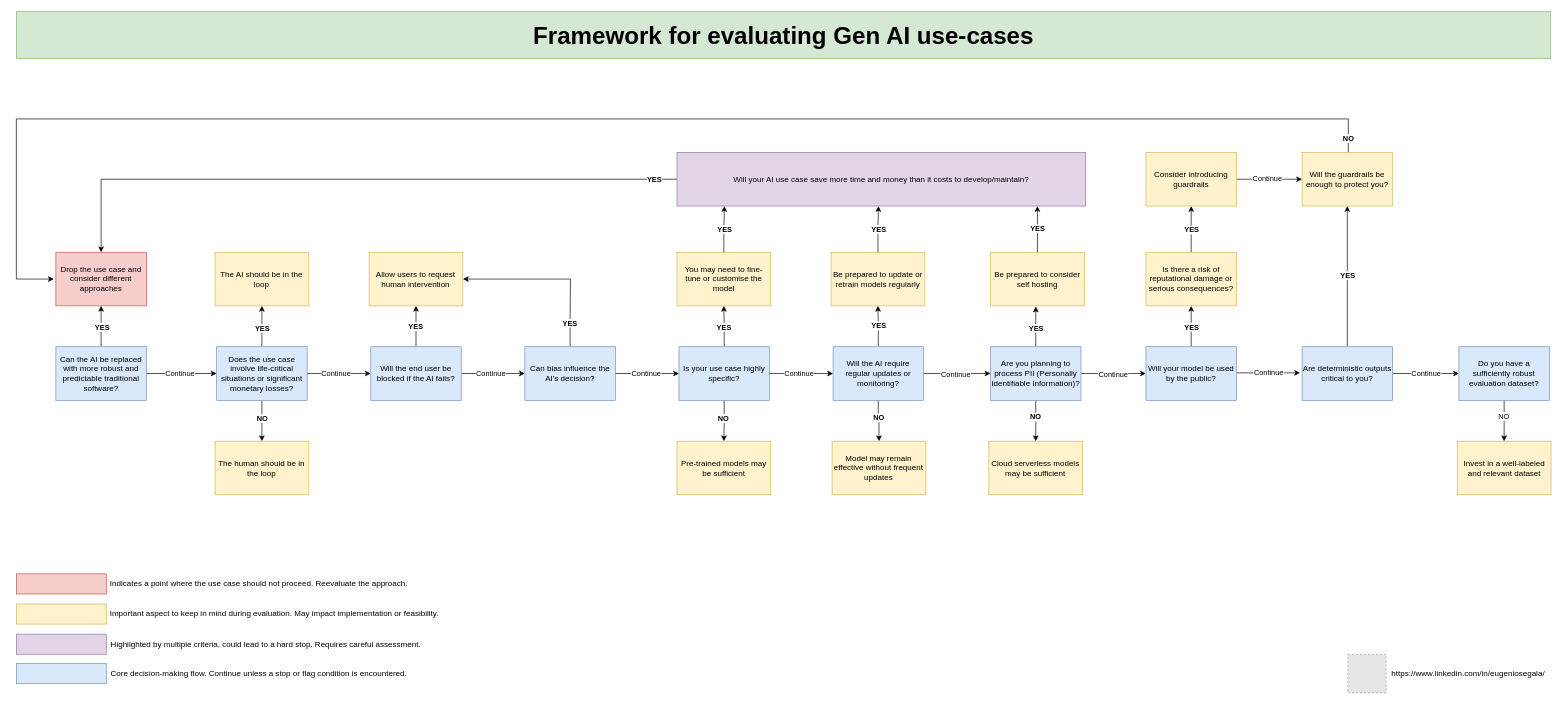
eugeniosegala/gen-ai-evaluation-framework keeps this draw.io diagram as gen-ai-evaluation-framework.drawio. Above is the earlier version. Source tidied: cells renumbered, new cells numbered last; positions are measured from the earlier drawing's top-left corner, leaving out a move shared by most shapes. Both pictures are drawn from the tidied source at 67%, with x=0, y=0 at pixel (16, 11). Pictures stored in the file or linked from it are replaced by grey dashed boxes.
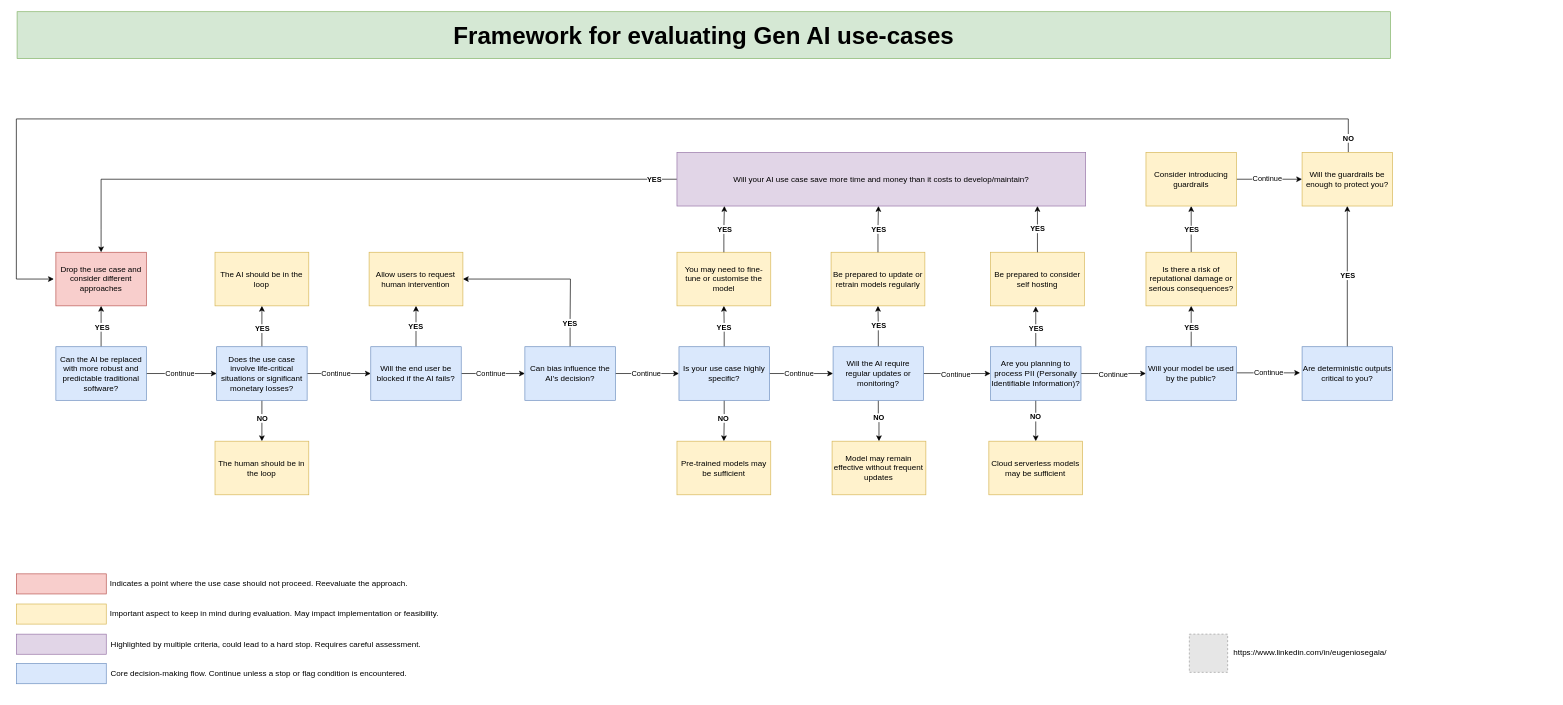
Above is the later version.

The change refers to these unchanged cells:
```xml
<mxCell id="78" value="Are deterministic outputs critical to you?" style="rounded=0;whiteSpace=wrap;html=1;fillColor=#dae8fc;strokeColor=#6c8ebf;" parent="1" vertex="1">
  <mxGeometry x="1918.9" y="500" width="135" height="80" as="geometry" />
</mxCell>
```

What changed in the source:
```diff
@@
     <mxCell id="51" value="Framework for evaluating Gen AI use-cases" style="text;html=1;align=center;verticalAlign=middle;whiteSpace=wrap;rounded=0;fillColor=#d5e8d4;strokeColor=#82b366;fontSize=36;fontStyle=1;" parent="1" vertex="1">
-      <mxGeometry width="2290" height="70" as="geometry" />
+      <mxGeometry x="1" width="2050" height="70" as="geometry" />
     </mxCell>
@@
-    <mxCell id="77" value="Continue" style="edgeStyle=orthogonalEdgeStyle;rounded=0;jettySize=auto;html=1;" parent="1" edge="1" source="78" target="91">
-      <mxGeometry relative="1" as="geometry" />
-    </mxCell>
@@
     <mxCell id="87" value="https://www.linkedin.com/in/eugeniosegala/" style="text;whiteSpace=wrap;align=center;opacity=50;" parent="1" vertex="1">
-      <mxGeometry x="2044.4" y="973.5" width="246.1" height="29" as="geometry" />
+      <mxGeometry x="1807.8" y="943" width="246.1" height="29" as="geometry" />
     </mxCell>
     <mxCell id="88" style="fillColor=#E6E6E6;strokeColor=#999999;dashed=1;verticalLabelPosition=bottom;labelBackgroundColor=default;verticalAlign=top;" parent="1" vertex="1">
-      <mxGeometry x="1987.2" y="959.5" width="57.2" height="57" as="geometry" />
+      <mxGeometry x="1750.6" y="929" width="57.2" height="57" as="geometry" />
     </mxCell>
-    <mxCell id="89" style="edgeStyle=orthogonalEdgeStyle;rounded=0;jettySize=auto;html=1;" parent="1" edge="1" source="91" target="92">
-      <mxGeometry relative="1" as="geometry" />
-    </mxCell>
-    <mxCell id="90" value="NO" style="edgeLabel;html=1;align=center;verticalAlign=middle;" parent="89" vertex="1">
-      <mxGeometry x="-0.23" y="-1" relative="1" as="geometry" />
-    </mxCell>
-    <mxCell id="91" value="Do you have a sufficiently robust evaluation dataset?" style="rounded=0;whiteSpace=wrap;html=1;fillColor=#dae8fc;strokeColor=#6c8ebf;" parent="1" vertex="1">
-      <mxGeometry x="2153" y="500" width="135" height="80" as="geometry" />
-    </mxCell>
-    <mxCell id="92" value="Invest in a well-labeled and relevant dataset" style="rounded=0;whiteSpace=wrap;html=1;fillColor=#fff2cc;strokeColor=#d6b656;" parent="1" vertex="1">
-      <mxGeometry x="2150.5" y="641" width="140" height="80" as="geometry" />
-    </mxCell>
```
